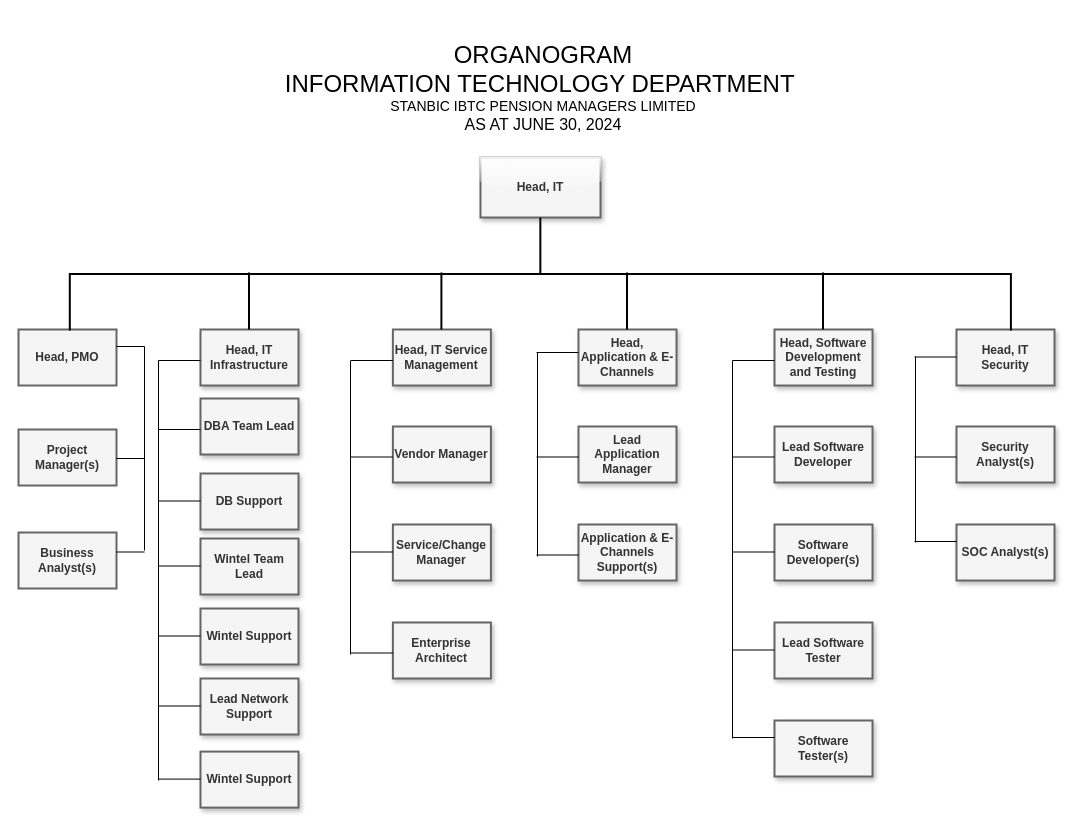
Earlier version of the draw.io diagram organogram.drawio (Great-B/standard-arch-diagrams). Source tidied: cells renumbered, new cells numbered last; positions are measured from the earlier drawing's top-left corner, leaving out a move shared by most shapes. Both pictures are drawn from the tidied source at 100%, with x=0, y=0 at pixel (18, -197).
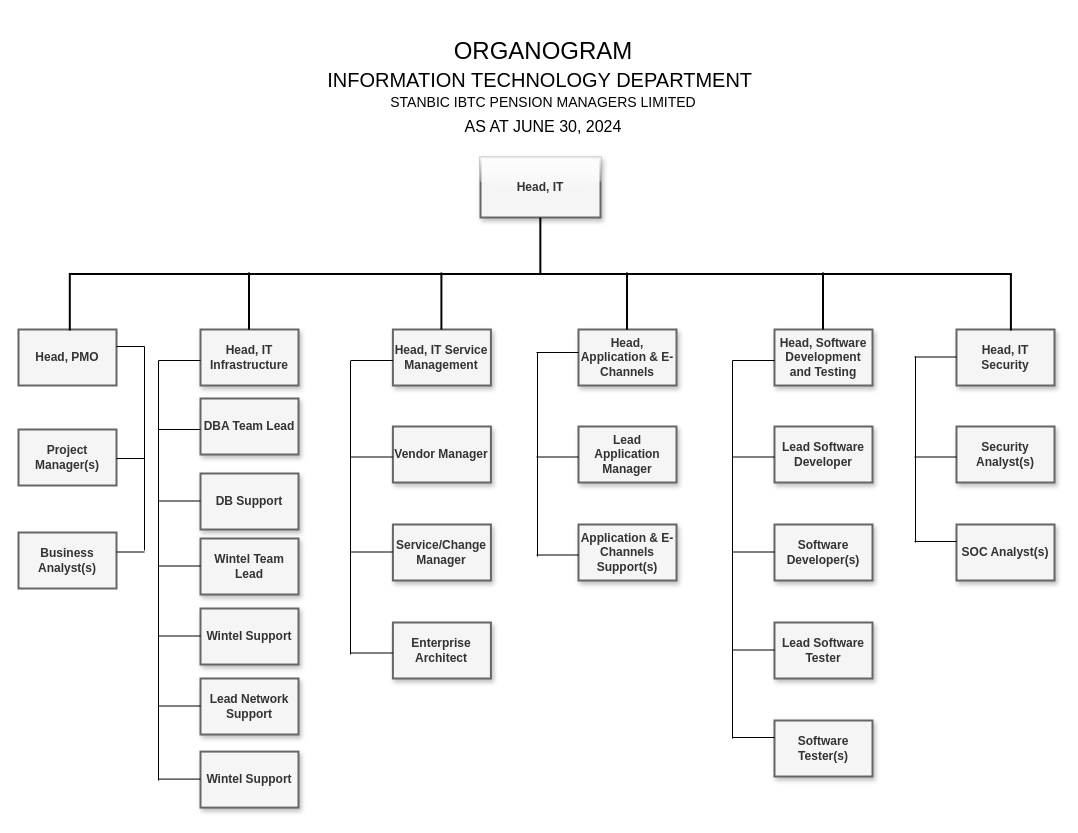
The same page after the edit.

The edit, as a diff of the source:
```diff
@@
-    <mxCell id="3" value="&lt;font style=&quot;&quot;&gt;&lt;span style=&quot;font-size: 24px;&quot;&gt;ORGANOGRAM&lt;br&gt;&lt;/span&gt;&lt;/font&gt;&lt;div&gt;&lt;font style=&quot;&quot;&gt;&lt;font style=&quot;&quot;&gt;&lt;span style=&quot;font-size: 24px; background-color: initial;&quot;&gt;INFORMATION TECHNOLOGY DEPARTMENT&lt;/span&gt;&lt;span style=&quot;font-size: 24px; background-color: initial;&quot;&gt;&amp;nbsp;&lt;br&gt;&lt;/span&gt;&lt;font style=&quot;font-size: 14px;&quot;&gt;STANBIC IBTC PENSION MANAGERS LIMITED&lt;/font&gt;&lt;/font&gt;&lt;/font&gt;&lt;div&gt;&lt;font size=&quot;3&quot; style=&quot;&quot;&gt;AS AT JUNE 30, 2024&lt;/font&gt;&lt;/div&gt;&lt;/div&gt;" style="rounded=0;whiteSpace=wrap;html=1;strokeColor=none;fillColor=none;" parent="1" vertex="1">
+    <mxCell id="3" value="&lt;font style=&quot;font-size: 24px;&quot;&gt;ORGANOGRAM&lt;br&gt;&lt;/font&gt;&lt;div style=&quot;&quot;&gt;&lt;font style=&quot;&quot;&gt;&lt;font style=&quot;&quot;&gt;&lt;span style=&quot;background-color: initial;&quot;&gt;&lt;font style=&quot;font-size: 20px;&quot;&gt;INFORMATION TECHNOLOGY DEPARTMENT&lt;/font&gt;&lt;/span&gt;&lt;span style=&quot;font-size: 24px; background-color: initial;&quot;&gt;&amp;nbsp;&lt;br&gt;&lt;/span&gt;&lt;font style=&quot;font-size: 14px;&quot;&gt;STANBIC IBTC PENSION MANAGERS LIMITED&lt;/font&gt;&lt;/font&gt;&lt;/font&gt;&lt;div style=&quot;font-size: 23px;&quot;&gt;&lt;font size=&quot;3&quot; style=&quot;&quot;&gt;AS AT JUNE 30, 2024&lt;/font&gt;&lt;/div&gt;&lt;/div&gt;" style="rounded=0;whiteSpace=wrap;html=1;strokeColor=none;fillColor=none;" parent="1" vertex="1">
       <mxGeometry x="28" y="214" width="994" height="140" as="geometry" />
     </mxCell>
```
